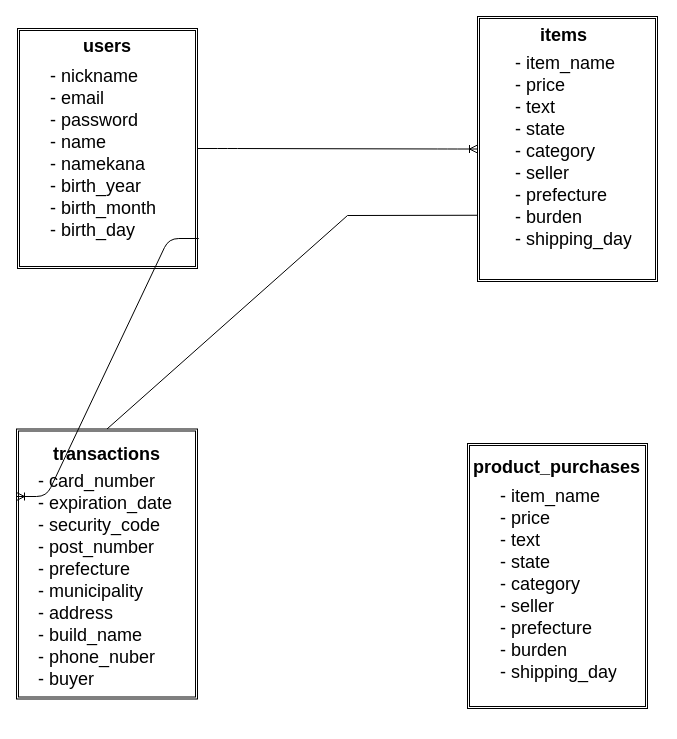
The draw.io diagram furima.dio in aseat/furima-31536, before the edit. Source tidied: cells renumbered, new cells numbered last; positions are measured from the earlier drawing's top-left corner, leaving out a move shared by most shapes. Both pictures are drawn from the tidied source at 100%, with x=0, y=0 at pixel (16, 16).
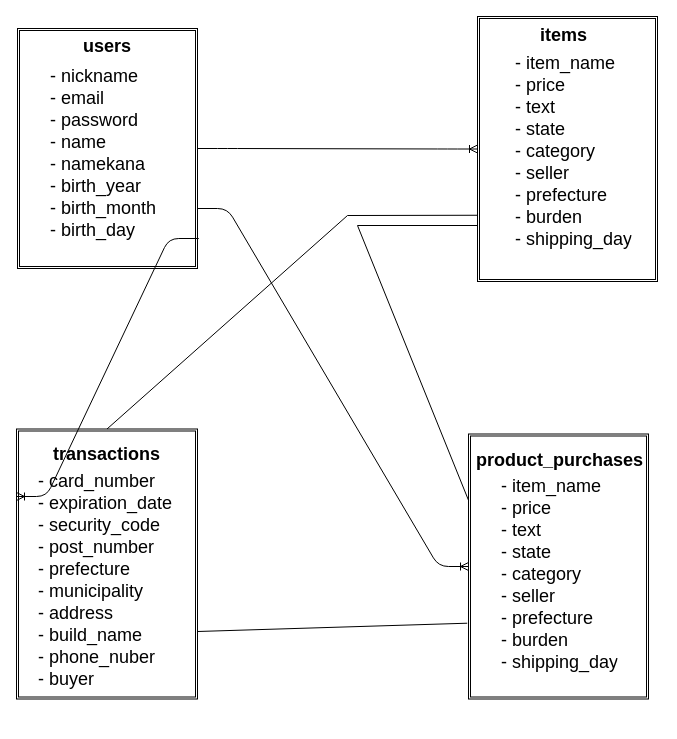
The same diagram, later.

The change refers to these unchanged cells:
```xml
<mxCell id="2" style="shape=ext;double=1;rounded=0;whiteSpace=wrap;html=1;" parent="1" vertex="1">
  <mxGeometry x="1" y="12" width="180" height="240" as="geometry" />
</mxCell>
<mxCell id="4" style="shape=ext;double=1;rounded=0;whiteSpace=wrap;html=1;" parent="1" vertex="1">
  <mxGeometry y="412.5" width="181" height="270" as="geometry" />
</mxCell>
```

Diff of the diagram source:
```diff
@@
     <mxCell id="13" style="shape=ext;double=1;rounded=0;whiteSpace=wrap;html=1;" parent="1" vertex="1">
-      <mxGeometry x="451" y="427" width="180" height="265" as="geometry" />
+      <mxGeometry x="452" y="417.5" width="180" height="265" as="geometry" />
     </mxCell>
     <mxCell id="14" value="- item_name&#10;- price&#10;- text&#10;- state&#10;- category &#10;- seller&#10;- prefecture&#10;- burden&#10;- shipping_day" style="text;strokeColor=none;fillColor=none;align=left;verticalAlign=top;spacingLeft=4;spacingRight=4;overflow=hidden;fontSize=18;" parent="1" vertex="1">
-      <mxGeometry x="478" y="461.5" width="126" height="206" as="geometry" />
+      <mxGeometry x="479" y="452" width="126" height="206" as="geometry" />
     </mxCell>
     <mxCell id="15" value="product_purchases&#10;" style="text;strokeColor=none;fillColor=none;align=left;verticalAlign=top;spacingLeft=4;spacingRight=4;overflow=hidden;fontSize=18;fontStyle=1;" parent="1" vertex="1">
-      <mxGeometry x="451" y="432.5" width="190" height="26" as="geometry" />
+      <mxGeometry x="454" y="425.5" width="190" height="26" as="geometry" />
     </mxCell>
@@
+    <mxCell id="17" style="edgeStyle=entityRelationEdgeStyle;fontSize=12;html=1;endArrow=ERoneToMany;entryX=0;entryY=0.5;entryDx=0;entryDy=0;exitX=1;exitY=0.75;exitDx=0;exitDy=0;" parent="1" edge="1" source="2" target="13">
+      <mxGeometry relative="1" as="geometry" />
+    </mxCell>
+    <mxCell id="18" style="endArrow=none;html=1;rounded=0;fontSize=18;exitX=0;exitY=0.25;exitDx=0;exitDy=0;" parent="1" edge="1" source="13">
+      <mxGeometry relative="1" as="geometry">
+        <mxPoint x="461" y="209" as="targetPoint" />
+        <Array as="points">
+          <mxPoint x="341" y="209" />
+        </Array>
+      </mxGeometry>
+    </mxCell>
+    <mxCell id="19" style="endArrow=none;html=1;rounded=0;fontSize=18;exitX=-0.007;exitY=0.714;exitDx=0;exitDy=0;entryX=1;entryY=0.75;entryDx=0;entryDy=0;exitPerimeter=0;" parent="1" edge="1" source="13" target="4">
+      <mxGeometry relative="1" as="geometry" />
+    </mxCell>
```
